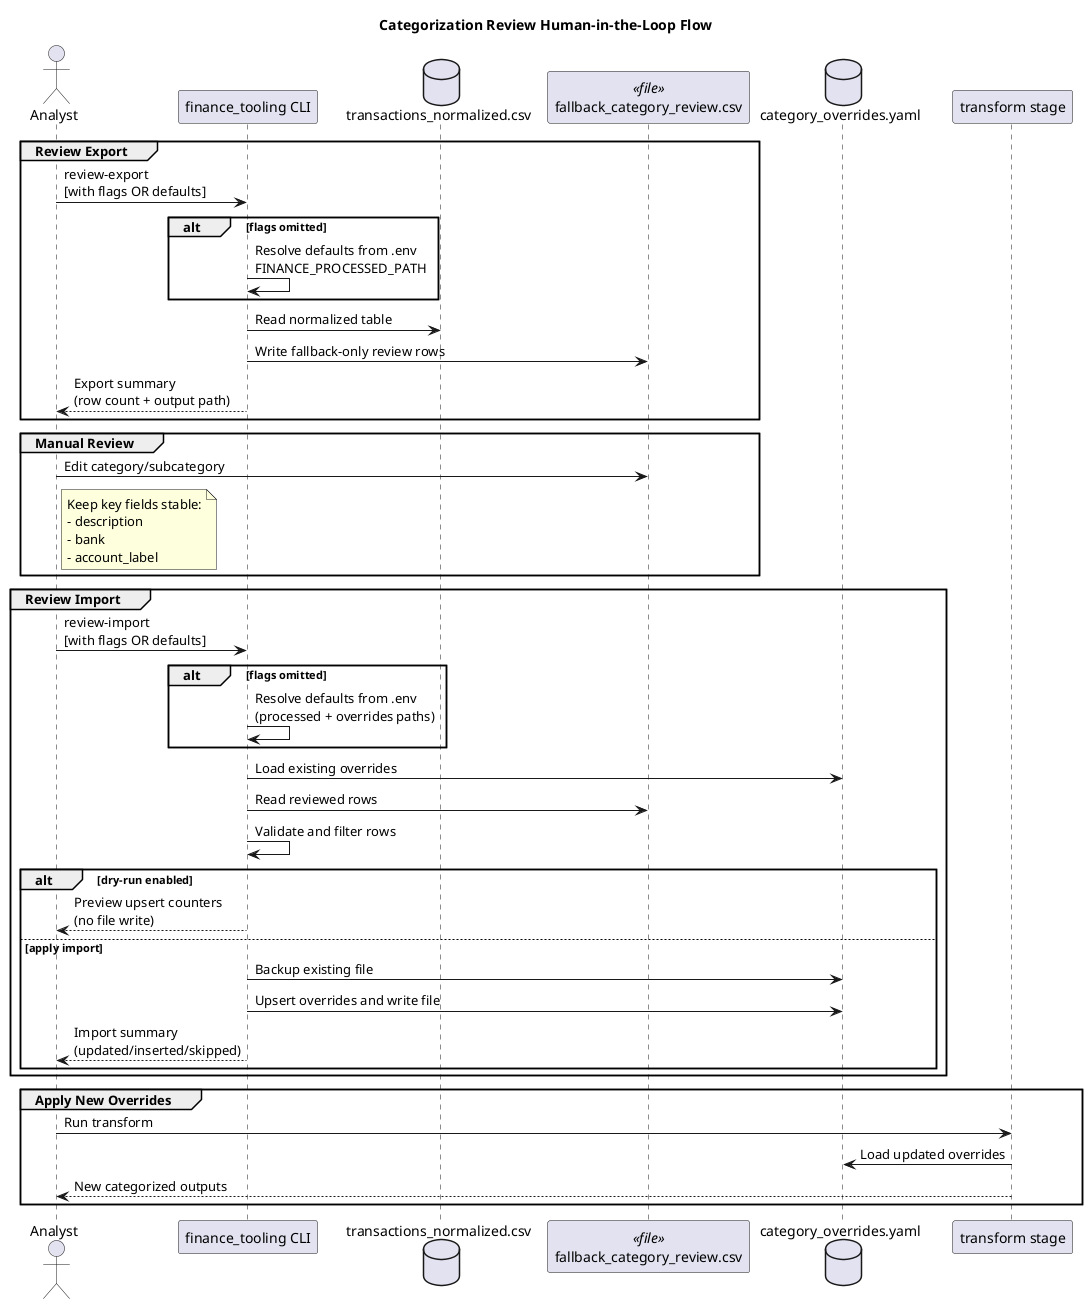
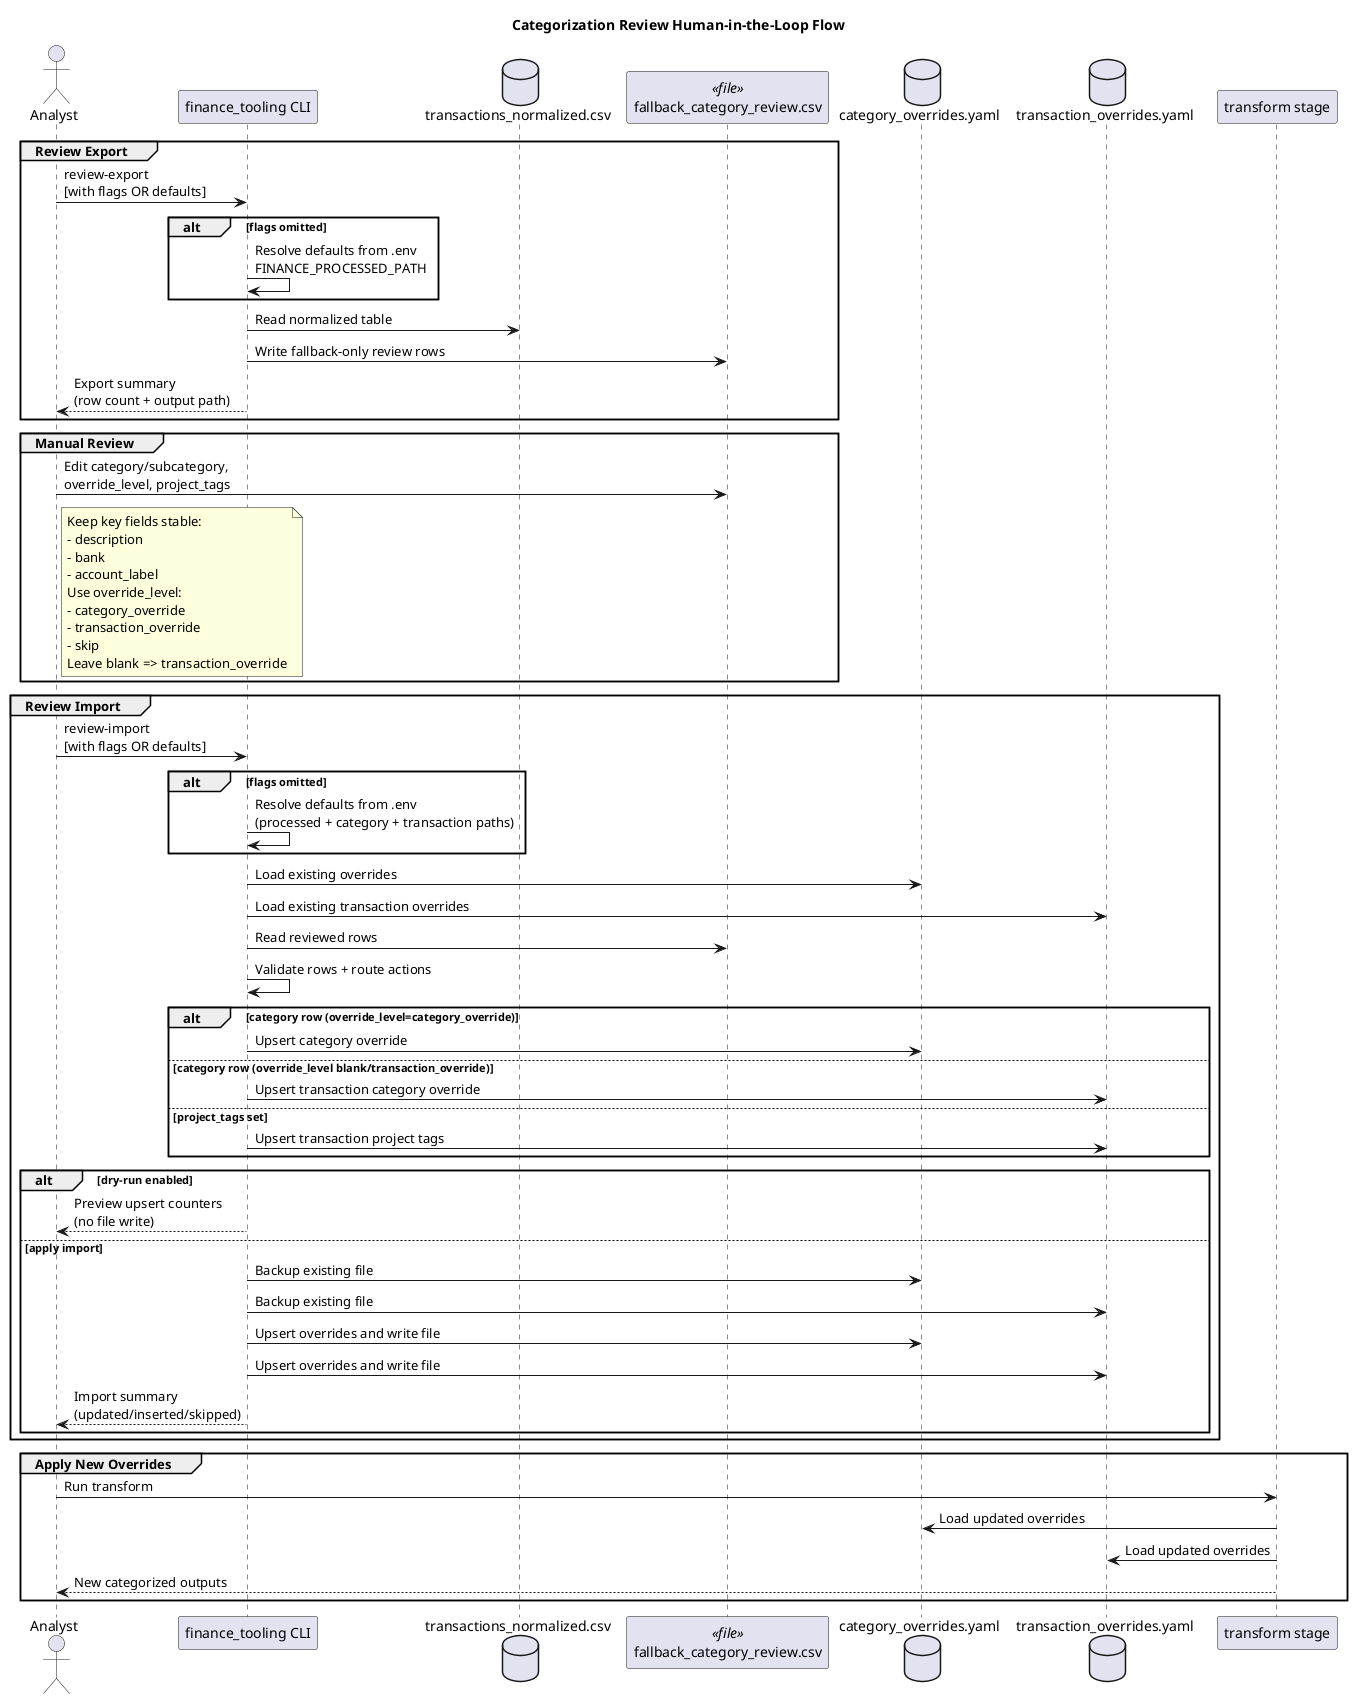
@startuml
title Categorization Review Human-in-the-Loop Flow

actor Analyst
participant "finance_tooling CLI" as CLI
database "transactions_normalized.csv" as NORMALIZED
participant "fallback_category_review.csv" as REVIEW <<file>>
database "category_overrides.yaml" as OVERRIDES
+ database "transaction_overrides.yaml" as TX_OVERRIDES
participant "transform stage" as TRANSFORM

group Review Export
Analyst -> CLI: review-export\n[with flags OR defaults]
alt flags omitted
CLI -> CLI: Resolve defaults from .env\nFINANCE_PROCESSED_PATH
end
CLI -> NORMALIZED: Read normalized table
CLI -> REVIEW: Write fallback-only review rows
CLI --> Analyst: Export summary\n(row count + output path)
end

group Manual Review
- Analyst -> REVIEW: Edit category/subcategory
+ Analyst -> REVIEW: Edit category/subcategory,\noverride_level, project_tags
note right of Analyst
Keep key fields stable:
- description
- bank
- account_label
+ Use override_level:
+ - category_override
+ - transaction_override
+ - skip
+ Leave blank => transaction_override
end note
end

group Review Import
Analyst -> CLI: review-import\n[with flags OR defaults]
alt flags omitted
- CLI -> CLI: Resolve defaults from .env\n(processed + overrides paths)
+ CLI -> CLI: Resolve defaults from .env\n(processed + category + transaction paths)
end
CLI -> OVERRIDES: Load existing overrides
+ CLI -> TX_OVERRIDES: Load existing transaction overrides
CLI -> REVIEW: Read reviewed rows
- CLI -> CLI: Validate and filter rows
+ CLI -> CLI: Validate rows + route actions
+ alt category row (override_level=category_override)
+ CLI -> OVERRIDES: Upsert category override
+ else category row (override_level blank/transaction_override)
+ CLI -> TX_OVERRIDES: Upsert transaction category override
+ else project_tags set
+ CLI -> TX_OVERRIDES: Upsert transaction project tags
+ end
alt dry-run enabled
CLI --> Analyst: Preview upsert counters\n(no file write)
else apply import
CLI -> OVERRIDES: Backup existing file
+ CLI -> TX_OVERRIDES: Backup existing file
CLI -> OVERRIDES: Upsert overrides and write file
+ CLI -> TX_OVERRIDES: Upsert overrides and write file
CLI --> Analyst: Import summary\n(updated/inserted/skipped)
end
end

group Apply New Overrides
Analyst -> TRANSFORM: Run transform
TRANSFORM -> OVERRIDES: Load updated overrides
+ TRANSFORM -> TX_OVERRIDES: Load updated overrides
TRANSFORM --> Analyst: New categorized outputs
end

@enduml
